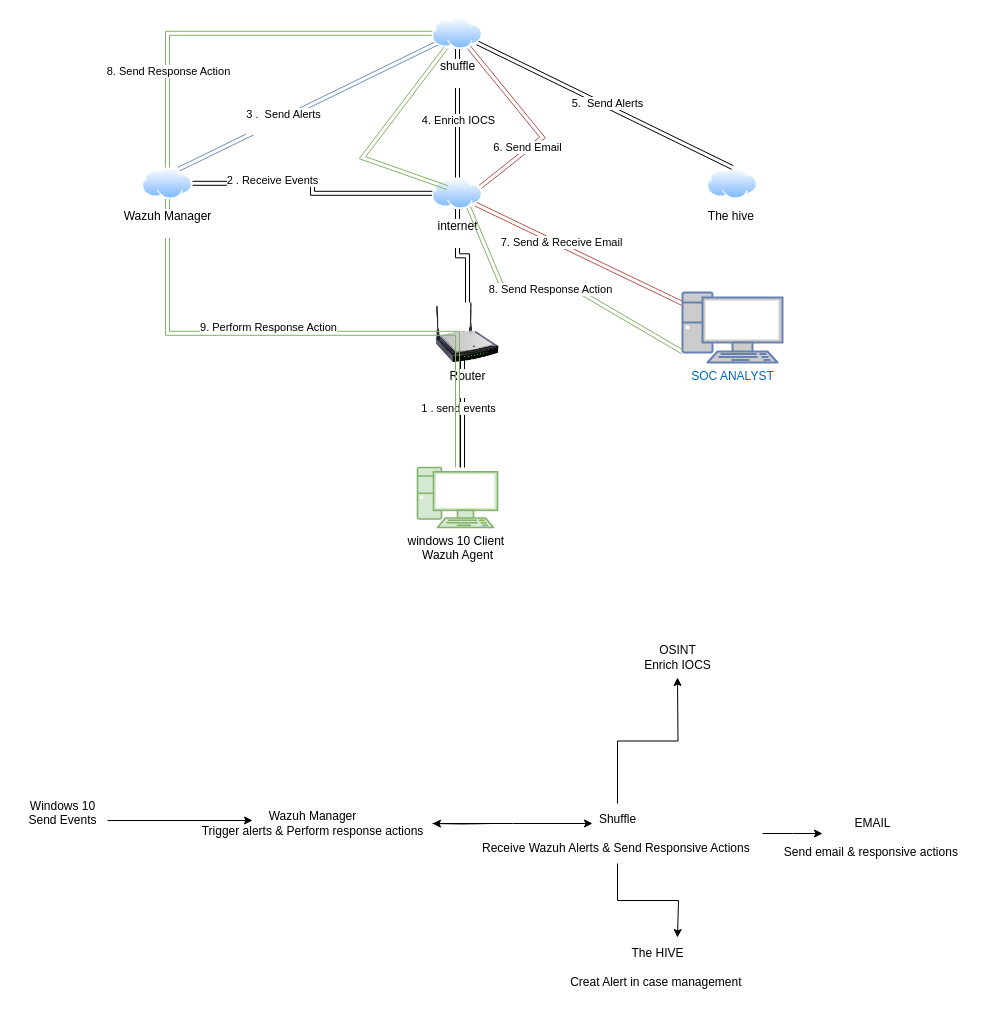
Before: Untitled Diagram.drawio in Satyampathania/SOC-AUTOMATION, a draw.io diagram. Source tidied: cells renumbered, new cells numbered last; positions are measured from the earlier drawing's top-left corner, leaving out a move shared by most shapes. Both pictures are drawn from the tidied source at 100%, with x=0, y=0 at pixel (17, 17).
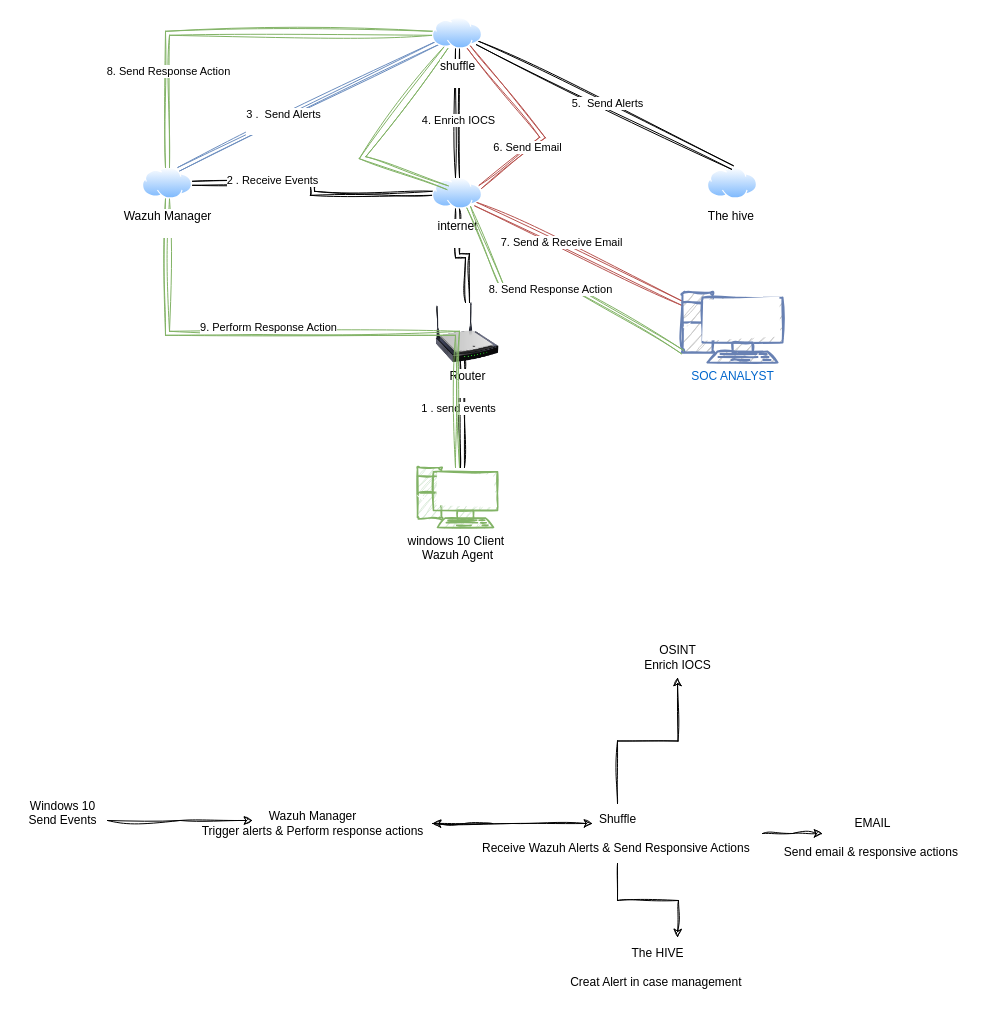
The same page after the edit.

What changed in the source:
```diff
@@
-    <mxCell id="2" style="edgeStyle=orthogonalEdgeStyle;rounded=0;orthogonalLoop=1;jettySize=auto;html=1;fillColor=#f8cecc;strokeColor=#000000;startArrow=classic;startFill=1;shape=link;" parent="1" edge="1">
+    <mxCell id="2" style="edgeStyle=orthogonalEdgeStyle;rounded=0;orthogonalLoop=1;jettySize=auto;html=1;fillColor=#f8cecc;strokeColor=#000000;startArrow=classic;startFill=1;shape=link;sketch=1;curveFitting=1;jiggle=2;" parent="1" edge="1">
       <mxGeometry relative="1" as="geometry">
         <mxPoint x="445" y="450" as="sourcePoint" />
         <mxPoint x="445" y="335" as="targetPoint" />
         <Array as="points">
           <mxPoint x="445" y="360" />
           <mxPoint x="445" y="360" />
         </Array>
       </mxGeometry>
     </mxCell>
-    <mxCell id="3" value="1 . send events" style="edgeLabel;html=1;align=center;verticalAlign=middle;" parent="2" vertex="1">
+    <mxCell id="3" value="1 . send events" style="edgeLabel;html=1;align=center;verticalAlign=middle;sketch=1;curveFitting=1;jiggle=2;" parent="2" vertex="1">
       <mxGeometry x="0.05" y="-3" relative="1" as="geometry">
         <mxPoint x="-8" as="offset" />
       </mxGeometry>
     </mxCell>
-    <mxCell id="4" value="windows 10 Client&amp;nbsp;&lt;div&gt;Wazuh Agent&lt;/div&gt;" style="verticalAlign=top;verticalLabelPosition=bottom;labelPosition=center;align=center;html=1;outlineConnect=0;fillColor=#d5e8d4;strokeColor=#82b366;gradientDirection=north;strokeWidth=2;shape=mxgraph.networks.pc;" parent="1" vertex="1">
+    <mxCell id="4" value="windows 10 Client&amp;nbsp;&lt;div&gt;Wazuh Agent&lt;/div&gt;" style="verticalAlign=top;verticalLabelPosition=bottom;labelPosition=center;align=center;html=1;outlineConnect=0;fillColor=#d5e8d4;strokeColor=#82b366;gradientDirection=north;strokeWidth=2;shape=mxgraph.networks.pc;sketch=1;curveFitting=1;jiggle=2;" parent="1" vertex="1">
       <mxGeometry x="400" y="450" width="80" height="60" as="geometry" />
     </mxCell>
-    <mxCell id="5" style="edgeStyle=orthogonalEdgeStyle;rounded=0;jettySize=auto;html=1;shape=link;" parent="1" edge="1" source="6" target="11">
+    <mxCell id="5" style="edgeStyle=orthogonalEdgeStyle;rounded=0;jettySize=auto;html=1;shape=link;sketch=1;curveFitting=1;jiggle=2;" parent="1" edge="1" source="6" target="11">
       <mxGeometry relative="1" as="geometry" />
     </mxCell>
-    <mxCell id="6" value="Router&lt;div&gt;&lt;br&gt;&lt;/div&gt;" style="image;html=1;image=img/lib/clip_art/networking/Wireless_Router_N_128x128.png;" parent="1" vertex="1">
+    <mxCell id="6" value="Router&lt;div&gt;&lt;br&gt;&lt;/div&gt;" style="image;html=1;image=img/lib/clip_art/networking/Wireless_Router_N_128x128.png;sketch=1;curveFitting=1;jiggle=2;" parent="1" vertex="1">
       <mxGeometry x="415" y="285" width="70" height="60" as="geometry" />
     </mxCell>
-    <mxCell id="7" style="edgeStyle=orthogonalEdgeStyle;rounded=0;jettySize=auto;html=1;shape=link;" parent="1" edge="1" source="11" target="17">
+    <mxCell id="7" style="edgeStyle=orthogonalEdgeStyle;rounded=0;jettySize=auto;html=1;shape=link;sketch=1;curveFitting=1;jiggle=2;" parent="1" edge="1" source="11" target="17">
       <mxGeometry relative="1" as="geometry" />
     </mxCell>
-    <mxCell id="8" value="2 . Receive Events" style="edgeLabel;html=1;align=center;verticalAlign=middle;" parent="7" vertex="1">
+    <mxCell id="8" value="2 . Receive Events" style="edgeLabel;html=1;align=center;verticalAlign=middle;sketch=1;curveFitting=1;jiggle=2;" parent="7" vertex="1">
       <mxGeometry x="0.34" y="-3" relative="1" as="geometry">
         <mxPoint x="-3" as="offset" />
       </mxGeometry>
     </mxCell>
-    <mxCell id="9" style="rounded=0;jettySize=auto;html=1;exitX=1;exitY=1;exitDx=0;exitDy=0;shape=link;fillColor=#f8cecc;strokeColor=#b85450;" parent="1" edge="1" source="11" target="28">
+    <mxCell id="9" style="rounded=0;jettySize=auto;html=1;exitX=1;exitY=1;exitDx=0;exitDy=0;shape=link;fillColor=#f8cecc;strokeColor=#b85450;sketch=1;curveFitting=1;jiggle=2;" parent="1" edge="1" source="11" target="28">
       <mxGeometry relative="1" as="geometry" />
     </mxCell>
-    <mxCell id="10" value="7. Send &amp;amp; Receive Email" style="edgeLabel;html=1;align=center;verticalAlign=middle;" parent="9" vertex="1">
+    <mxCell id="10" value="7. Send &amp;amp; Receive Email" style="edgeLabel;html=1;align=center;verticalAlign=middle;sketch=1;curveFitting=1;jiggle=2;" parent="9" vertex="1">
       <mxGeometry x="-0.19" y="4" relative="1" as="geometry">
         <mxPoint y="1" as="offset" />
       </mxGeometry>
     </mxCell>
-    <mxCell id="11" value="internet&lt;div&gt;&lt;br&gt;&lt;/div&gt;" style="image;perimeter=ellipsePerimeter;html=1;align=center;shadow=0;dashed=0;spacingTop=3;image=img/lib/active_directory/internet_cloud.svg;" parent="1" vertex="1">
+    <mxCell id="11" value="internet&lt;div&gt;&lt;br&gt;&lt;/div&gt;" style="image;perimeter=ellipsePerimeter;html=1;align=center;shadow=0;dashed=0;spacingTop=3;image=img/lib/active_directory/internet_cloud.svg;sketch=1;curveFitting=1;jiggle=2;" parent="1" vertex="1">
       <mxGeometry x="415" y="160" width="50" height="31.5" as="geometry" />
     </mxCell>
-    <mxCell id="12" value="The hive&amp;nbsp;" style="image;perimeter=ellipsePerimeter;html=1;align=center;shadow=0;dashed=0;spacingTop=3;image=img/lib/active_directory/internet_cloud.svg;" parent="1" vertex="1">
+    <mxCell id="12" value="The hive&amp;nbsp;" style="image;perimeter=ellipsePerimeter;html=1;align=center;shadow=0;dashed=0;spacingTop=3;image=img/lib/active_directory/internet_cloud.svg;sketch=1;curveFitting=1;jiggle=2;" parent="1" vertex="1">
       <mxGeometry x="690" y="150" width="50" height="31.5" as="geometry" />
     </mxCell>
-    <mxCell id="13" style="rounded=0;jettySize=auto;html=1;exitX=0.75;exitY=0;exitDx=0;exitDy=0;shape=link;fillColor=#dae8fc;strokeColor=#6c8ebf;" parent="1" edge="1" source="17" target="27">
+    <mxCell id="13" style="rounded=0;jettySize=auto;html=1;exitX=0.75;exitY=0;exitDx=0;exitDy=0;shape=link;fillColor=#dae8fc;strokeColor=#6c8ebf;sketch=1;curveFitting=1;jiggle=2;" parent="1" edge="1" source="17" target="27">
       <mxGeometry relative="1" as="geometry" />
     </mxCell>
-    <mxCell id="14" value="3 .&amp;nbsp; Send Alerts&lt;div&gt;&lt;br&gt;&lt;/div&gt;" style="edgeLabel;html=1;align=center;verticalAlign=middle;" parent="13" vertex="1">
+    <mxCell id="14" value="3 .&amp;nbsp; Send Alerts&lt;div&gt;&lt;br&gt;&lt;/div&gt;" style="edgeLabel;html=1;align=center;verticalAlign=middle;sketch=1;curveFitting=1;jiggle=2;" parent="13" vertex="1">
       <mxGeometry x="-0.2" y="-3" relative="1" as="geometry" />
     </mxCell>
-    <mxCell id="15" style="edgeStyle=orthogonalEdgeStyle;rounded=0;jettySize=auto;html=1;exitX=0.5;exitY=1;exitDx=0;exitDy=0;fillColor=#d5e8d4;strokeColor=#82b366;shape=link;" parent="1" edge="1" source="17" target="4">
+    <mxCell id="15" style="edgeStyle=orthogonalEdgeStyle;rounded=0;jettySize=auto;html=1;exitX=0.5;exitY=1;exitDx=0;exitDy=0;fillColor=#d5e8d4;strokeColor=#82b366;shape=link;sketch=1;curveFitting=1;jiggle=2;" parent="1" edge="1" source="17" target="4">
       <mxGeometry relative="1" as="geometry" />
     </mxCell>
-    <mxCell id="16" value="9. Perform Response Action" style="edgeLabel;html=1;align=center;verticalAlign=middle;" parent="15" vertex="1">
+    <mxCell id="16" value="9. Perform Response Action" style="edgeLabel;html=1;align=center;verticalAlign=middle;sketch=1;curveFitting=1;jiggle=2;" parent="15" vertex="1">
       <mxGeometry x="-0.16" y="6" relative="1" as="geometry" />
     </mxCell>
-    <mxCell id="17" value="Wazuh Manager&lt;div&gt;&lt;br&gt;&lt;/div&gt;" style="image;perimeter=ellipsePerimeter;html=1;align=center;shadow=0;dashed=0;spacingTop=3;image=img/lib/active_directory/internet_cloud.svg;" parent="1" vertex="1">
+    <mxCell id="17" value="Wazuh Manager&lt;div&gt;&lt;br&gt;&lt;/div&gt;" style="image;perimeter=ellipsePerimeter;html=1;align=center;shadow=0;dashed=0;spacingTop=3;image=img/lib/active_directory/internet_cloud.svg;sketch=1;curveFitting=1;jiggle=2;" parent="1" vertex="1">
       <mxGeometry x="125" y="150" width="50" height="31.5" as="geometry" />
     </mxCell>
-    <mxCell id="18" style="rounded=0;jettySize=auto;html=1;entryX=0.5;entryY=0;entryDx=0;entryDy=0;shape=link;" parent="1" edge="1" source="27" target="11">
+    <mxCell id="18" style="rounded=0;jettySize=auto;html=1;entryX=0.5;entryY=0;entryDx=0;entryDy=0;shape=link;sketch=1;curveFitting=1;jiggle=2;" parent="1" edge="1" source="27" target="11">
       <mxGeometry relative="1" as="geometry" />
     </mxCell>
-    <mxCell id="19" value="4.&amp;nbsp;&lt;span style=&quot;background-color: light-dark(#ffffff, var(--ge-dark-color, #121212)); color: light-dark(rgb(0, 0, 0), rgb(255, 255, 255));&quot;&gt;Enrich IOCS&lt;/span&gt;" style="edgeLabel;html=1;align=center;verticalAlign=middle;" parent="18" vertex="1">
+    <mxCell id="19" value="4.&amp;nbsp;&lt;span style=&quot;background-color: light-dark(#ffffff, var(--ge-dark-color, #121212)); color: light-dark(rgb(0, 0, 0), rgb(255, 255, 255));&quot;&gt;Enrich IOCS&lt;/span&gt;" style="edgeLabel;html=1;align=center;verticalAlign=middle;sketch=1;curveFitting=1;jiggle=2;" parent="18" vertex="1">
       <mxGeometry x="0.11" relative="1" as="geometry" />
     </mxCell>
-    <mxCell id="20" style="rounded=0;jettySize=auto;html=1;entryX=0.5;entryY=0;entryDx=0;entryDy=0;shape=link;" parent="1" edge="1" source="27" target="12">
+    <mxCell id="20" style="rounded=0;jettySize=auto;html=1;entryX=0.5;entryY=0;entryDx=0;entryDy=0;shape=link;sketch=1;curveFitting=1;jiggle=2;" parent="1" edge="1" source="27" target="12">
       <mxGeometry relative="1" as="geometry" />
     </mxCell>
-    <mxCell id="21" value="5.&amp;nbsp; Send Alerts" style="edgeLabel;html=1;align=center;verticalAlign=middle;" parent="20" vertex="1">
+    <mxCell id="21" value="5.&amp;nbsp; Send Alerts" style="edgeLabel;html=1;align=center;verticalAlign=middle;sketch=1;curveFitting=1;jiggle=2;" parent="20" vertex="1">
       <mxGeometry x="0.01" y="3" relative="1" as="geometry" />
     </mxCell>
-    <mxCell id="22" style="rounded=0;jettySize=auto;html=1;entryX=1;entryY=0.25;entryDx=0;entryDy=0;fillColor=#f8cecc;strokeColor=#b85450;shape=link;" parent="1" edge="1" source="27" target="11">
+    <mxCell id="22" style="rounded=0;jettySize=auto;html=1;entryX=1;entryY=0.25;entryDx=0;entryDy=0;fillColor=#f8cecc;strokeColor=#b85450;shape=link;sketch=1;curveFitting=1;jiggle=2;" parent="1" edge="1" source="27" target="11">
       <mxGeometry relative="1" as="geometry">
         <Array as="points">
           <mxPoint x="525" y="120" />
         </Array>
       </mxGeometry>
     </mxCell>
-    <mxCell id="23" value="6. Send Email" style="edgeLabel;html=1;align=center;verticalAlign=middle;" parent="22" vertex="1">
+    <mxCell id="23" value="6. Send Email" style="edgeLabel;html=1;align=center;verticalAlign=middle;sketch=1;curveFitting=1;jiggle=2;" parent="22" vertex="1">
       <mxGeometry x="0.37" y="-2" relative="1" as="geometry" />
     </mxCell>
-    <mxCell id="24" style="rounded=0;jettySize=auto;html=1;exitX=0.25;exitY=1;exitDx=0;exitDy=0;shape=link;fillColor=#d5e8d4;strokeColor=#82b366;" parent="1" edge="1" source="27">
+    <mxCell id="24" style="rounded=0;jettySize=auto;html=1;exitX=0.25;exitY=1;exitDx=0;exitDy=0;shape=link;fillColor=#d5e8d4;strokeColor=#82b366;sketch=1;curveFitting=1;jiggle=2;" parent="1" edge="1" source="27">
       <mxGeometry relative="1" as="geometry">
         <mxPoint x="430.1" y="170.2" as="targetPoint" />
         <Array as="points">
           <mxPoint x="345" y="140.2" />
         </Array>
       </mxGeometry>
     </mxCell>
-    <mxCell id="25" style="edgeStyle=orthogonalEdgeStyle;rounded=0;jettySize=auto;html=1;entryX=0.5;entryY=0;entryDx=0;entryDy=0;fillColor=#d5e8d4;strokeColor=#82b366;shape=link;" parent="1" edge="1" source="27" target="17">
+    <mxCell id="25" style="edgeStyle=orthogonalEdgeStyle;rounded=0;jettySize=auto;html=1;entryX=0.5;entryY=0;entryDx=0;entryDy=0;fillColor=#d5e8d4;strokeColor=#82b366;shape=link;sketch=1;curveFitting=1;jiggle=2;" parent="1" edge="1" source="27" target="17">
       <mxGeometry relative="1" as="geometry" />
     </mxCell>
-    <mxCell id="26" value="8. Send Response Action" style="edgeLabel;html=1;align=center;verticalAlign=middle;" parent="25" vertex="1">
+    <mxCell id="26" value="8. Send Response Action" style="edgeLabel;html=1;align=center;verticalAlign=middle;sketch=1;curveFitting=1;jiggle=2;" parent="25" vertex="1">
       <mxGeometry x="0.52" relative="1" as="geometry" />
     </mxCell>
-    <mxCell id="27" value="shuffle&lt;div&gt;&lt;br&gt;&lt;/div&gt;" style="image;perimeter=ellipsePerimeter;html=1;align=center;shadow=0;dashed=0;spacingTop=3;image=img/lib/active_directory/internet_cloud.svg;" parent="1" vertex="1">
+    <mxCell id="27" value="shuffle&lt;div&gt;&lt;br&gt;&lt;/div&gt;" style="image;perimeter=ellipsePerimeter;html=1;align=center;shadow=0;dashed=0;spacingTop=3;image=img/lib/active_directory/internet_cloud.svg;sketch=1;curveFitting=1;jiggle=2;" parent="1" vertex="1">
       <mxGeometry x="415" width="50" height="31.5" as="geometry" />
     </mxCell>
-    <mxCell id="28" value="SOC ANALYST&lt;div&gt;&lt;br&gt;&lt;/div&gt;" style="fontColor=#0066CC;verticalAlign=top;verticalLabelPosition=bottom;labelPosition=center;align=center;html=1;outlineConnect=0;fillColor=#CCCCCC;strokeColor=#6881B3;gradientColor=none;gradientDirection=north;strokeWidth=2;shape=mxgraph.networks.pc;" parent="1" vertex="1">
+    <mxCell id="28" value="SOC ANALYST&lt;div&gt;&lt;br&gt;&lt;/div&gt;" style="fontColor=#0066CC;verticalAlign=top;verticalLabelPosition=bottom;labelPosition=center;align=center;html=1;outlineConnect=0;fillColor=#CCCCCC;strokeColor=#6881B3;gradientColor=none;gradientDirection=north;strokeWidth=2;shape=mxgraph.networks.pc;sketch=1;curveFitting=1;jiggle=2;" parent="1" vertex="1">
       <mxGeometry x="665" y="275" width="100" height="70" as="geometry" />
     </mxCell>
-    <mxCell id="29" style="rounded=0;jettySize=auto;html=1;exitX=0.75;exitY=1;exitDx=0;exitDy=0;entryX=0;entryY=0.85;entryDx=0;entryDy=0;entryPerimeter=0;shape=link;fillColor=#d5e8d4;strokeColor=#82b366;" parent="1" edge="1" source="11" target="28">
+    <mxCell id="29" style="rounded=0;jettySize=auto;html=1;exitX=0.75;exitY=1;exitDx=0;exitDy=0;entryX=0;entryY=0.85;entryDx=0;entryDy=0;entryPerimeter=0;shape=link;fillColor=#d5e8d4;strokeColor=#82b366;sketch=1;curveFitting=1;jiggle=2;" parent="1" edge="1" source="11" target="28">
       <mxGeometry relative="1" as="geometry">
         <Array as="points">
           <mxPoint x="485" y="270" />
           <mxPoint x="555" y="270" />
         </Array>
       </mxGeometry>
     </mxCell>
-    <mxCell id="30" value="8. Send Response Action" style="edgeLabel;html=1;align=center;verticalAlign=middle;" parent="29" vertex="1">
+    <mxCell id="30" value="8. Send Response Action" style="edgeLabel;html=1;align=center;verticalAlign=middle;sketch=1;curveFitting=1;jiggle=2;" parent="29" vertex="1">
       <mxGeometry x="-0.06" y="-1" relative="1" as="geometry" />
     </mxCell>
-    <mxCell id="31" style="edgeStyle=orthogonalEdgeStyle;rounded=0;jettySize=auto;html=1;" parent="1" edge="1" source="32">
+    <mxCell id="31" style="edgeStyle=orthogonalEdgeStyle;rounded=0;jettySize=auto;html=1;sketch=1;curveFitting=1;jiggle=2;" parent="1" edge="1" source="32">
       <mxGeometry relative="1" as="geometry">
         <mxPoint x="235" y="803" as="targetPoint" />
       </mxGeometry>
     </mxCell>
-    <mxCell id="32" value="Windows 10&lt;div&gt;Send Events&lt;/div&gt;&lt;div&gt;&lt;br&gt;&lt;/div&gt;" style="text;html=1;align=center;verticalAlign=middle;points=[];strokeColor=none;fillColor=none;" parent="1" vertex="1">
+    <mxCell id="32" value="Windows 10&lt;div&gt;Send Events&lt;/div&gt;&lt;div&gt;&lt;br&gt;&lt;/div&gt;" style="text;html=1;align=center;verticalAlign=middle;points=[];strokeColor=none;fillColor=none;sketch=1;curveFitting=1;jiggle=2;" parent="1" vertex="1">
       <mxGeometry y="773" width="90" height="60" as="geometry" />
     </mxCell>
-    <mxCell id="33" style="edgeStyle=orthogonalEdgeStyle;rounded=0;jettySize=auto;html=1;" parent="1" edge="1" source="34">
+    <mxCell id="33" style="edgeStyle=orthogonalEdgeStyle;rounded=0;jettySize=auto;html=1;sketch=1;curveFitting=1;jiggle=2;" parent="1" edge="1" source="34">
       <mxGeometry relative="1" as="geometry">
         <mxPoint x="575" y="806" as="targetPoint" />
       </mxGeometry>
     </mxCell>
-    <mxCell id="34" value="Wazuh Manager&lt;div&gt;Trigger alerts &amp;amp; Perform response actions&lt;/div&gt;" style="text;html=1;align=center;verticalAlign=middle;points=[];strokeColor=none;fillColor=none;" parent="1" vertex="1">
+    <mxCell id="34" value="Wazuh Manager&lt;div&gt;Trigger alerts &amp;amp; Perform response actions&lt;/div&gt;" style="text;html=1;align=center;verticalAlign=middle;points=[];strokeColor=none;fillColor=none;sketch=1;curveFitting=1;jiggle=2;" parent="1" vertex="1">
       <mxGeometry x="175" y="786" width="240" height="40" as="geometry" />
     </mxCell>
-    <mxCell id="35" style="edgeStyle=orthogonalEdgeStyle;rounded=0;jettySize=auto;html=1;" parent="1" edge="1" source="39">
+    <mxCell id="35" style="edgeStyle=orthogonalEdgeStyle;rounded=0;jettySize=auto;html=1;sketch=1;curveFitting=1;jiggle=2;" parent="1" edge="1" source="39">
       <mxGeometry relative="1" as="geometry">
         <mxPoint x="660" y="660" as="targetPoint" />
       </mxGeometry>
     </mxCell>
-    <mxCell id="36" style="edgeStyle=orthogonalEdgeStyle;rounded=0;jettySize=auto;html=1;" parent="1" edge="1" source="39">
+    <mxCell id="36" style="edgeStyle=orthogonalEdgeStyle;rounded=0;jettySize=auto;html=1;sketch=1;curveFitting=1;jiggle=2;" parent="1" edge="1" source="39">
       <mxGeometry relative="1" as="geometry">
         <mxPoint x="660" y="920" as="targetPoint" />
         <Array as="points">
           <mxPoint x="600" y="883" />
           <mxPoint x="661" y="883" />
         </Array>
       </mxGeometry>
     </mxCell>
-    <mxCell id="37" style="edgeStyle=orthogonalEdgeStyle;rounded=0;jettySize=auto;html=1;" parent="1" edge="1" target="34">
+    <mxCell id="37" style="edgeStyle=orthogonalEdgeStyle;rounded=0;jettySize=auto;html=1;sketch=1;curveFitting=1;jiggle=2;" parent="1" edge="1" target="34">
       <mxGeometry relative="1" as="geometry">
         <mxPoint x="475" y="806" as="sourcePoint" />
       </mxGeometry>
     </mxCell>
-    <mxCell id="38" style="edgeStyle=orthogonalEdgeStyle;rounded=0;jettySize=auto;html=1;" parent="1" edge="1" source="39">
+    <mxCell id="38" style="edgeStyle=orthogonalEdgeStyle;rounded=0;jettySize=auto;html=1;sketch=1;curveFitting=1;jiggle=2;" parent="1" edge="1" source="39">
       <mxGeometry relative="1" as="geometry">
         <mxPoint x="805" y="816" as="targetPoint" />
       </mxGeometry>
     </mxCell>
-    <mxCell id="39" value="Shuffle&lt;div&gt;&lt;br&gt;&lt;/div&gt;&lt;div&gt;Receive Wazuh Alerts &amp;amp; Send Responsive Actions&amp;nbsp;&lt;/div&gt;" style="text;html=1;align=center;verticalAlign=middle;points=[];strokeColor=none;fillColor=none;" parent="1" vertex="1">
+    <mxCell id="39" value="Shuffle&lt;div&gt;&lt;br&gt;&lt;/div&gt;&lt;div&gt;Receive Wazuh Alerts &amp;amp; Send Responsive Actions&amp;nbsp;&lt;/div&gt;" style="text;html=1;align=center;verticalAlign=middle;points=[];strokeColor=none;fillColor=none;sketch=1;curveFitting=1;jiggle=2;" parent="1" vertex="1">
       <mxGeometry x="455" y="786" width="290" height="60" as="geometry" />
     </mxCell>
-    <mxCell id="40" value="OSINT&lt;div&gt;Enrich IOCS&lt;/div&gt;" style="text;html=1;align=center;verticalAlign=middle;strokeColor=none;fillColor=none;" parent="1" vertex="1">
+    <mxCell id="40" value="OSINT&lt;div&gt;Enrich IOCS&lt;/div&gt;" style="text;html=1;align=center;verticalAlign=middle;strokeColor=none;fillColor=none;sketch=1;curveFitting=1;jiggle=2;" parent="1" vertex="1">
       <mxGeometry x="615" y="620" width="90" height="40" as="geometry" />
     </mxCell>
-    <mxCell id="41" value="The HIVE&lt;div&gt;&lt;br&gt;&lt;/div&gt;&lt;div&gt;Creat Alert in case management&amp;nbsp;&lt;/div&gt;" style="text;html=1;align=center;verticalAlign=middle;strokeColor=none;fillColor=none;" parent="1" vertex="1">
+    <mxCell id="41" value="The HIVE&lt;div&gt;&lt;br&gt;&lt;/div&gt;&lt;div&gt;Creat Alert in case management&amp;nbsp;&lt;/div&gt;" style="text;html=1;align=center;verticalAlign=middle;strokeColor=none;fillColor=none;sketch=1;curveFitting=1;jiggle=2;" parent="1" vertex="1">
       <mxGeometry x="545" y="920" width="190" height="60" as="geometry" />
     </mxCell>
-    <mxCell id="42" value="EMAIL&lt;div&gt;&lt;br&gt;&lt;/div&gt;&lt;div&gt;Send email &amp;amp; responsive actions&amp;nbsp;&lt;/div&gt;" style="text;html=1;align=center;verticalAlign=middle;strokeColor=none;fillColor=none;" parent="1" vertex="1">
+    <mxCell id="42" value="EMAIL&lt;div&gt;&lt;br&gt;&lt;/div&gt;&lt;div&gt;Send email &amp;amp; responsive actions&amp;nbsp;&lt;/div&gt;" style="text;html=1;align=center;verticalAlign=middle;strokeColor=none;fillColor=none;sketch=1;curveFitting=1;jiggle=2;" parent="1" vertex="1">
       <mxGeometry x="755" y="790" width="200" height="60" as="geometry" />
     </mxCell>
```
